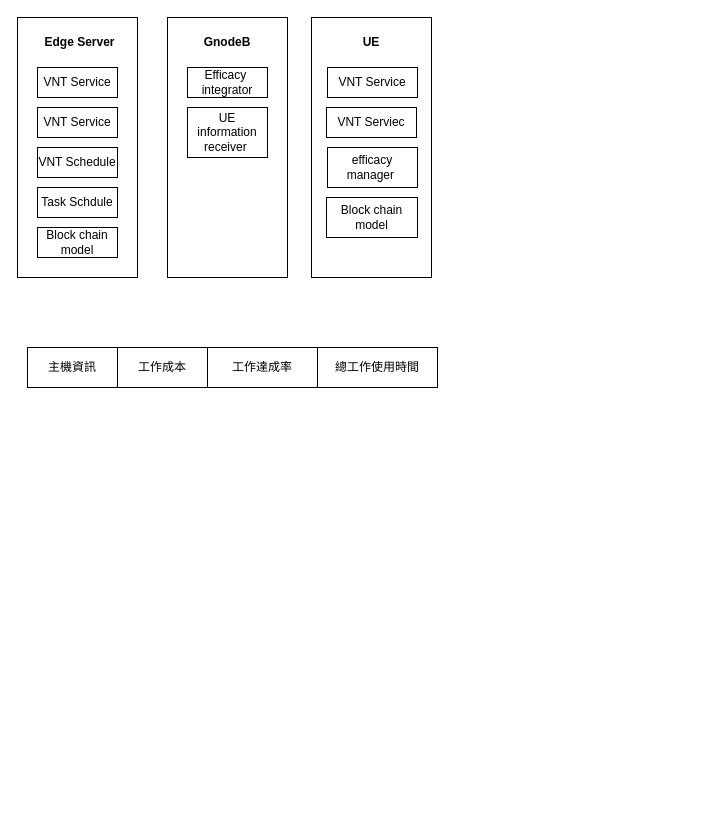
Before: 部件構成.drawio in 108703054nccu/Edge_Computing_Schedule, a draw.io diagram. Source tidied: cells renumbered, new cells numbered last; positions are measured from the earlier drawing's top-left corner, leaving out a move shared by most shapes. Both pictures are drawn from the tidied source at 100%, with x=0, y=0 at pixel (17, 17).
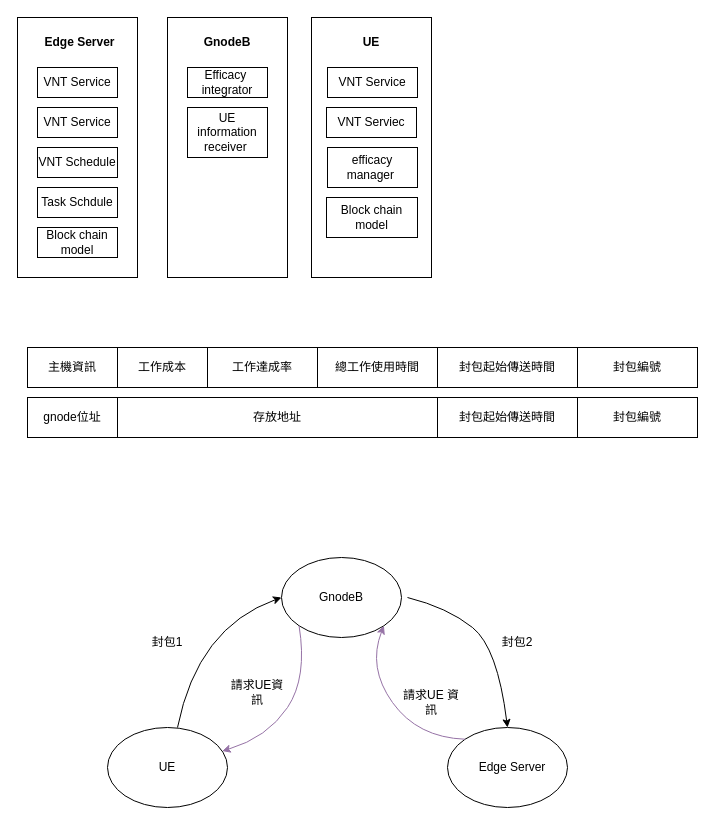
Above is the later version.

Commit message (it also covers changes not shown here):
更新部件構成.drawio

The edit, as a diff of the source:
```diff
@@
+    <mxCell id="24" value="封包起始傳送時間" style="rounded=0;whiteSpace=wrap;html=1;strokeWidth=1;" parent="1" vertex="1">
+      <mxGeometry x="420" y="330" width="140" height="40" as="geometry" />
+    </mxCell>
+    <mxCell id="25" value="封包編號" style="rounded=0;whiteSpace=wrap;html=1;strokeWidth=1;" parent="1" vertex="1">
+      <mxGeometry x="560" y="330" width="120" height="40" as="geometry" />
+    </mxCell>
+    <mxCell id="26" value="gnode位址" style="rounded=0;whiteSpace=wrap;html=1;strokeWidth=1;" parent="1" vertex="1">
+      <mxGeometry x="10" y="380" width="90" height="40" as="geometry" />
+    </mxCell>
+    <mxCell id="27" value="存放地址" style="rounded=0;whiteSpace=wrap;html=1;strokeWidth=1;" parent="1" vertex="1">
+      <mxGeometry x="100" y="380" width="320" height="40" as="geometry" />
+    </mxCell>
+    <mxCell id="28" value="封包起始傳送時間" style="rounded=0;whiteSpace=wrap;html=1;strokeWidth=1;" parent="1" vertex="1">
+      <mxGeometry x="420" y="380" width="140" height="40" as="geometry" />
+    </mxCell>
+    <mxCell id="29" value="封包編號" style="rounded=0;whiteSpace=wrap;html=1;strokeWidth=1;" parent="1" vertex="1">
+      <mxGeometry x="560" y="380" width="120" height="40" as="geometry" />
+    </mxCell>
+    <mxCell id="30" style="ellipse;whiteSpace=wrap;html=1;strokeWidth=1;" parent="1" vertex="1">
+      <mxGeometry x="264" y="540" width="120" height="80" as="geometry" />
+    </mxCell>
+    <mxCell id="31" style="ellipse;whiteSpace=wrap;html=1;strokeWidth=1;" parent="1" vertex="1">
+      <mxGeometry x="90" y="710" width="120" height="80" as="geometry" />
+    </mxCell>
+    <mxCell id="32" style="ellipse;whiteSpace=wrap;html=1;strokeWidth=1;" parent="1" vertex="1">
+      <mxGeometry x="430" y="710" width="120" height="80" as="geometry" />
+    </mxCell>
+    <mxCell id="33" style="curved=1;endArrow=classic;html=1;rounded=0;entryX=0;entryY=0.5;entryDx=0;entryDy=0;" parent="1" edge="1" target="30">
+      <mxGeometry relative="1" as="geometry">
+        <mxPoint x="160" y="710" as="sourcePoint" />
+        <Array as="points">
+          <mxPoint x="180" y="610" />
+        </Array>
+      </mxGeometry>
+    </mxCell>
+    <mxCell id="34" style="curved=1;endArrow=classic;html=1;rounded=0;entryX=0.5;entryY=0;entryDx=0;entryDy=0;" parent="1" edge="1" target="32">
+      <mxGeometry relative="1" as="geometry">
+        <mxPoint x="390" y="580" as="sourcePoint" />
+        <Array as="points">
+          <mxPoint x="430" y="590" />
+          <mxPoint x="480" y="630" />
+        </Array>
+      </mxGeometry>
+    </mxCell>
+    <mxCell id="35" style="curved=1;endArrow=classic;html=1;rounded=0;exitX=0;exitY=1;exitDx=0;exitDy=0;fillColor=#e1d5e7;strokeColor=#9673a6;" parent="1" edge="1" source="30" target="31">
+      <mxGeometry relative="1" as="geometry">
+        <Array as="points">
+          <mxPoint x="290" y="660" />
+          <mxPoint x="250" y="720" />
+        </Array>
+      </mxGeometry>
+    </mxCell>
+    <mxCell id="36" style="curved=1;endArrow=classic;html=1;rounded=0;exitX=0;exitY=0;exitDx=0;exitDy=0;entryX=1;entryY=1;entryDx=0;entryDy=0;fillColor=#e1d5e7;strokeColor=#9673a6;" parent="1" edge="1" source="32" target="30">
+      <mxGeometry relative="1" as="geometry">
+        <Array as="points">
+          <mxPoint x="400" y="720" />
+          <mxPoint x="350" y="650" />
+        </Array>
+      </mxGeometry>
+    </mxCell>
+    <mxCell id="37" value="GnodeB" style="text;html=1;strokeColor=none;fillColor=none;align=center;verticalAlign=middle;whiteSpace=wrap;rounded=0;strokeWidth=1;" parent="1" vertex="1">
+      <mxGeometry x="294" y="565" width="60" height="30" as="geometry" />
+    </mxCell>
+    <mxCell id="38" value="UE" style="text;html=1;strokeColor=none;fillColor=none;align=center;verticalAlign=middle;whiteSpace=wrap;rounded=0;strokeWidth=1;" parent="1" vertex="1">
+      <mxGeometry x="120" y="735" width="60" height="30" as="geometry" />
+    </mxCell>
+    <mxCell id="39" value="Edge Server" style="text;html=1;strokeColor=none;fillColor=none;align=center;verticalAlign=middle;whiteSpace=wrap;rounded=0;strokeWidth=1;" parent="1" vertex="1">
+      <mxGeometry x="460" y="735" width="70" height="30" as="geometry" />
+    </mxCell>
+    <mxCell id="40" value="封包2" style="text;html=1;strokeColor=none;fillColor=none;align=center;verticalAlign=middle;whiteSpace=wrap;rounded=0;strokeWidth=1;" parent="1" vertex="1">
+      <mxGeometry x="470" y="610" width="60" height="30" as="geometry" />
+    </mxCell>
+    <mxCell id="41" value="封包1" style="text;html=1;strokeColor=none;fillColor=none;align=center;verticalAlign=middle;whiteSpace=wrap;rounded=0;strokeWidth=1;" parent="1" vertex="1">
+      <mxGeometry x="120" y="610" width="60" height="30" as="geometry" />
+    </mxCell>
+    <mxCell id="42" value="請求UE 資訊" style="text;html=1;strokeColor=none;fillColor=none;align=center;verticalAlign=middle;whiteSpace=wrap;rounded=0;strokeWidth=1;" parent="1" vertex="1">
+      <mxGeometry x="384" y="670" width="60" height="30" as="geometry" />
+    </mxCell>
+    <mxCell id="43" value="請求UE資訊" style="text;html=1;strokeColor=none;fillColor=none;align=center;verticalAlign=middle;whiteSpace=wrap;rounded=0;strokeWidth=1;" parent="1" vertex="1">
+      <mxGeometry x="210" y="660" width="60" height="30" as="geometry" />
+    </mxCell>
```
